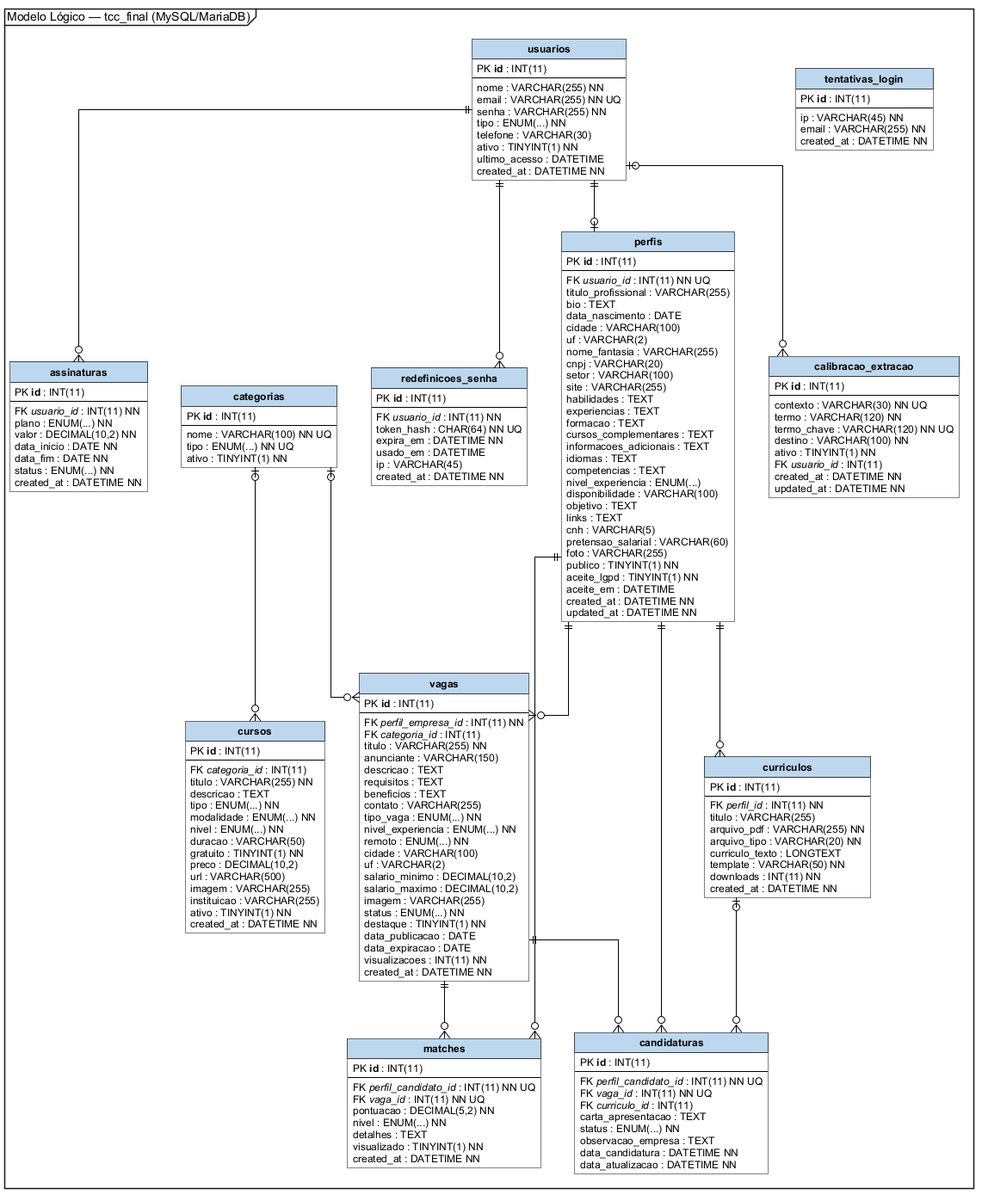
Before: docs/tcc/diagramas/logico.png, a diagram exported from PlantUML (leonardoabreu2026/tcc-final).
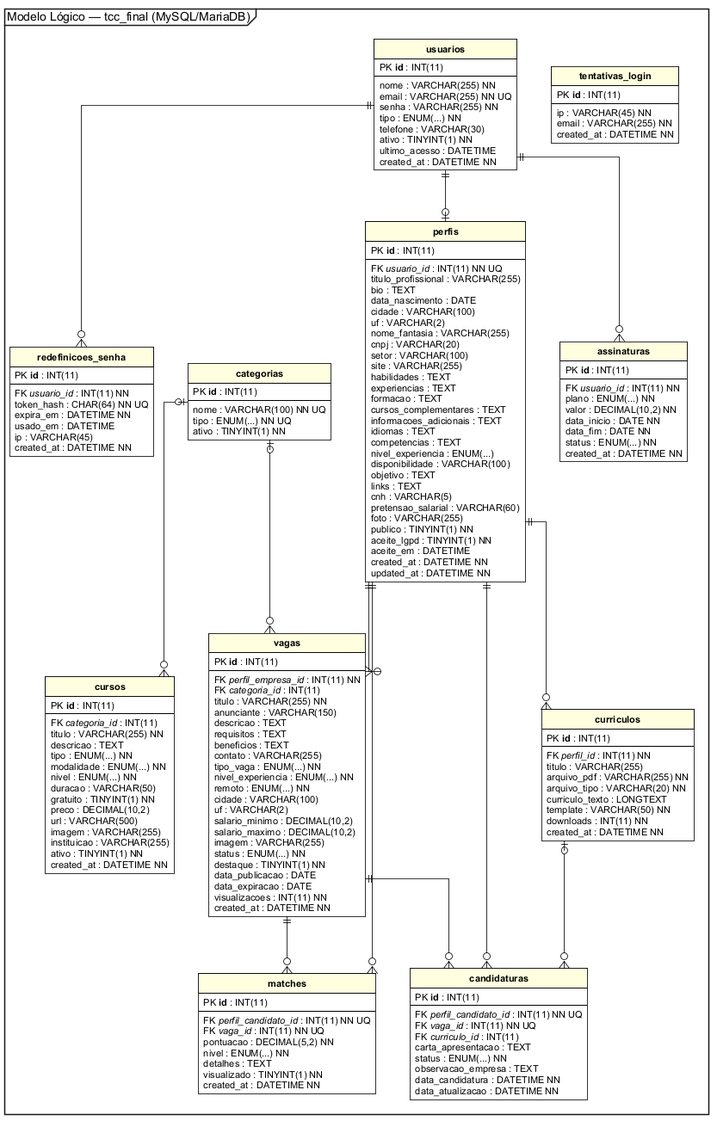
Later version of the same file.

Diff of the diagram source:
```diff
@@ -4,7 +4,7 @@
 hide circle
 skinparam linetype ortho
 skinparam ClassBackgroundColor #FFFFFF
-skinparam ClassHeaderBackgroundColor #BDD7EE
+skinparam ClassHeaderBackgroundColor #FFFFE0
 skinparam ClassFontStyle bold
 skinparam nodesep 40
 skinparam ranksep 60
@@ -167,22 +167,9 @@
   ip : VARCHAR(45)
   created_at : DATETIME NN
 }
-entity calibracao_extracao {
-  PK <b>id</b> : INT(11)
-  --
-  contexto : VARCHAR(30) NN UQ
-  termo : VARCHAR(120) NN
-  termo_chave : VARCHAR(120) NN UQ
-  destino : VARCHAR(100) NN
-  ativo : TINYINT(1) NN
-  FK <i>usuario_id</i> : INT(11)
-  created_at : DATETIME NN
-  updated_at : DATETIME NN
-}
 usuarios ||--o| perfis
 usuarios ||--o{ assinaturas
 usuarios ||--o{ redefinicoes_senha
-usuarios |o--o{ calibracao_extracao
 perfis ||--o{ curriculos
 perfis ||--o{ vagas
 perfis ||--o{ candidaturas
@@ -192,5 +179,4 @@
 curriculos |o--o{ candidaturas
 categorias |o--o{ vagas
 categorias |o--o{ cursos
-tentativas_login -[hidden]- calibracao_extracao
 @enduml
```
